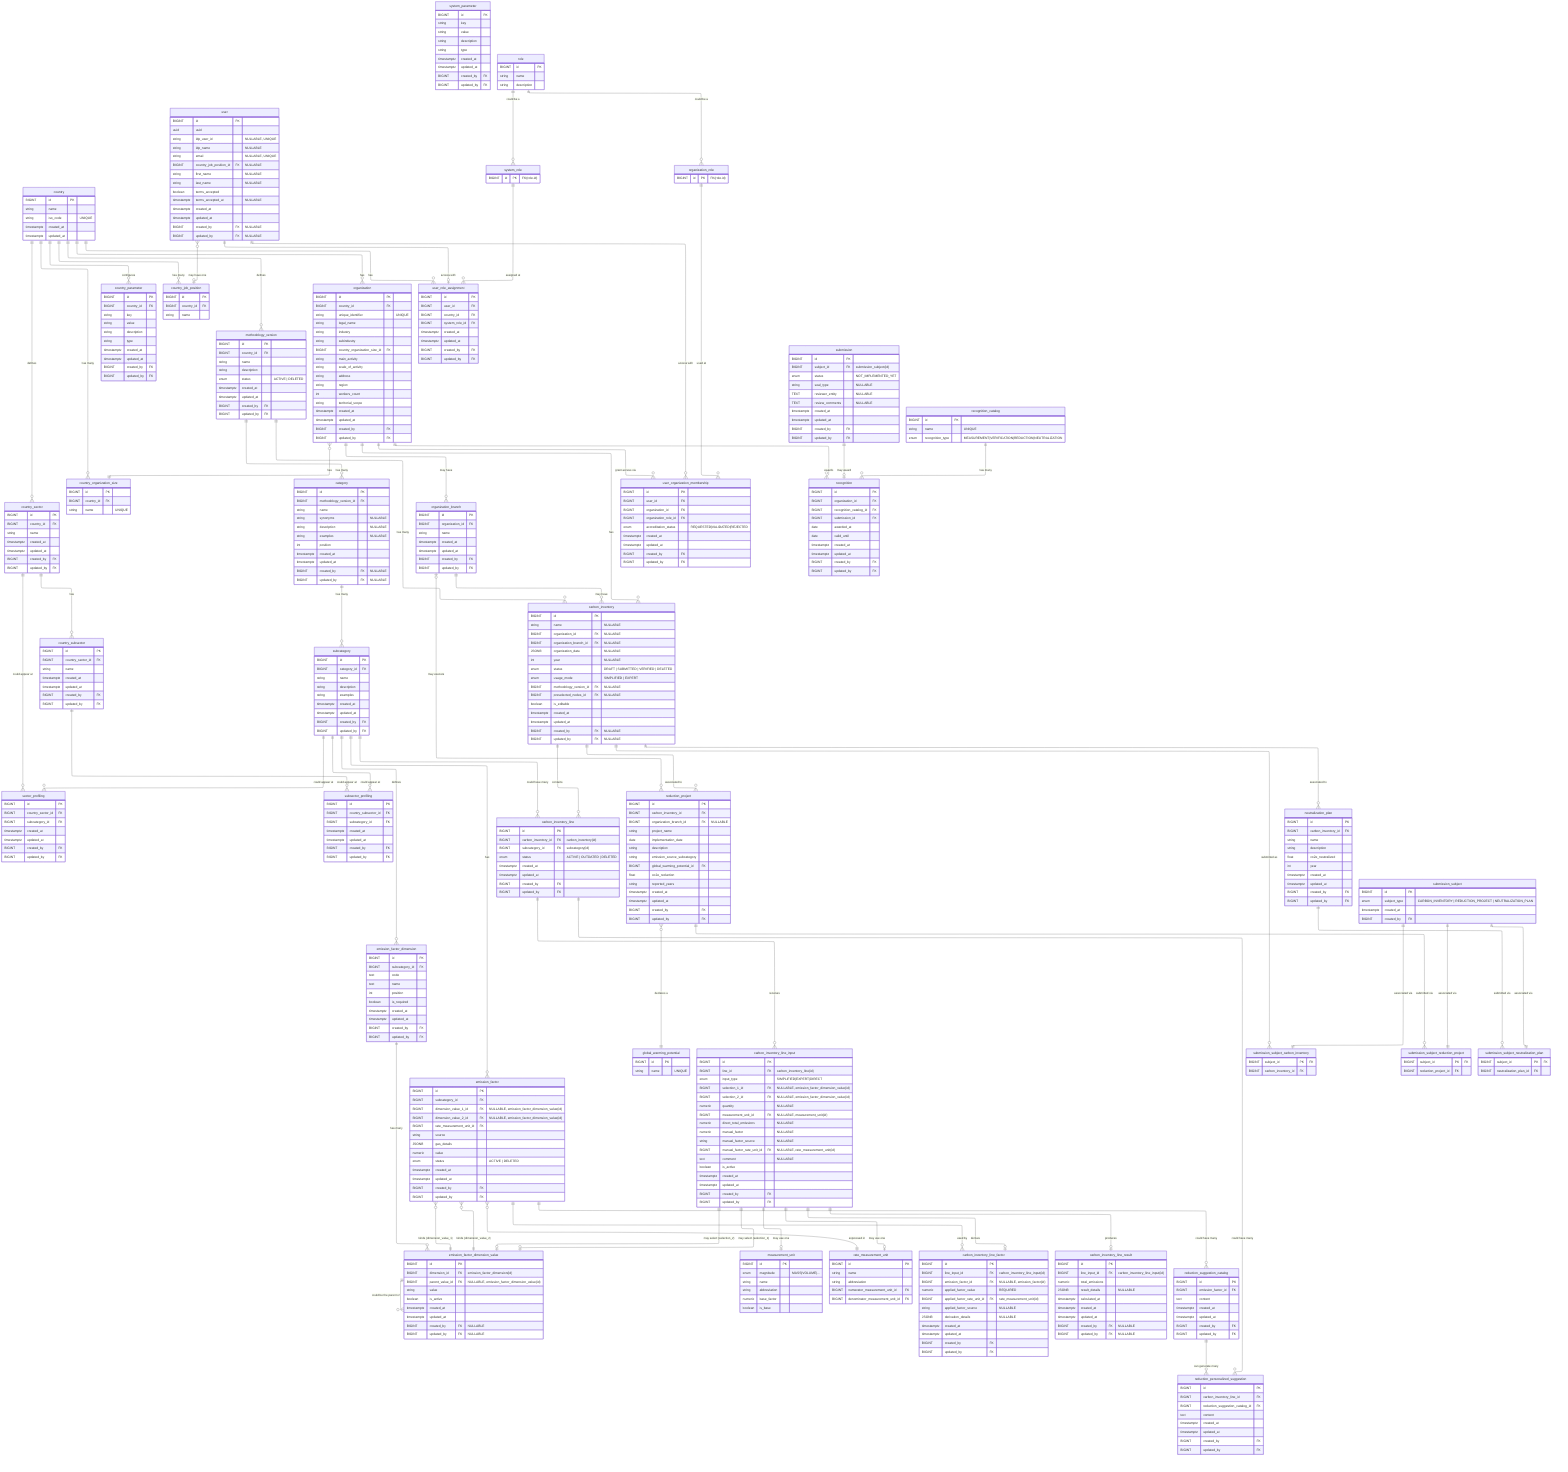
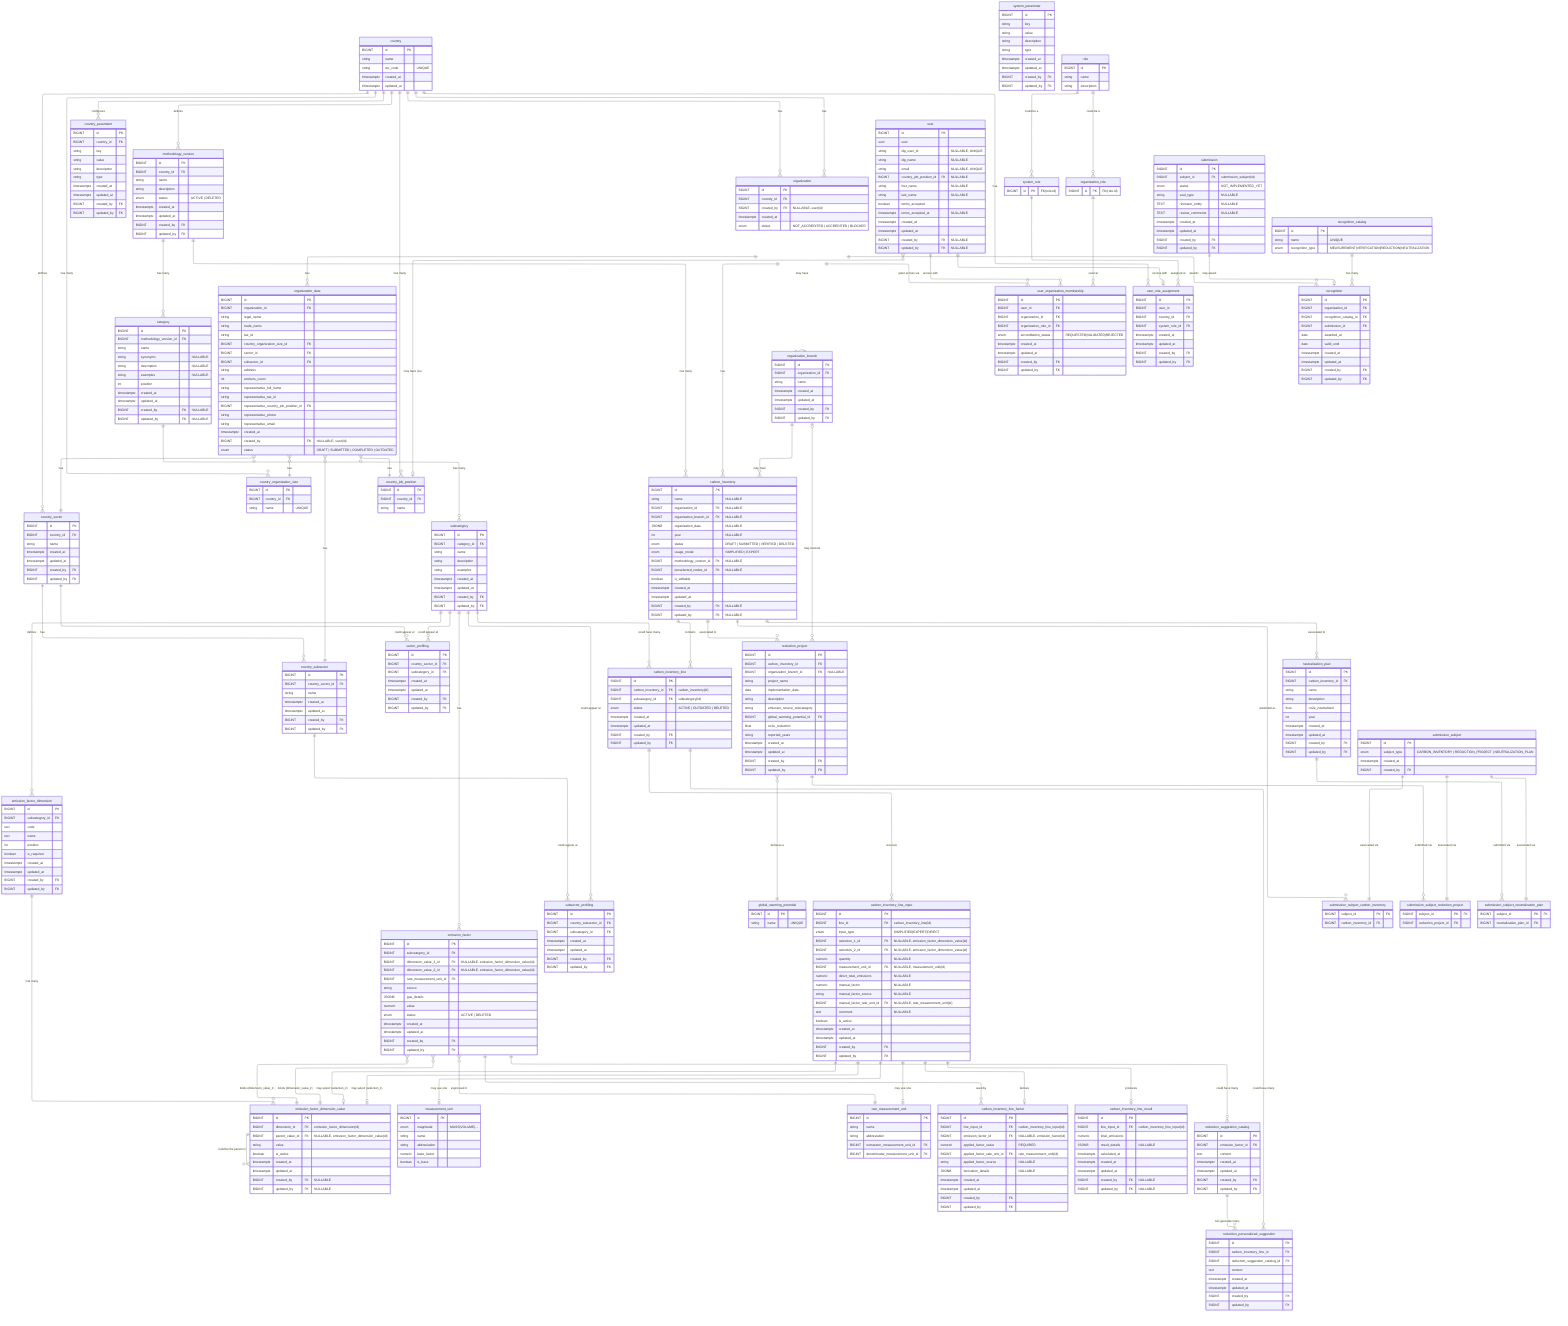
---
config:
  layout: elk
---
erDiagram
	direction TB

	%% ============================================================
	%% Design Principles
	%% ============================================================

	%% 🔷 Core Modeling Principles
	%% 	1.	Each table has a single, well-defined responsibility
	%% Tables are designed to represent one concept only (e.g. configuration, input, result, workflow), avoiding mixed concerns.

	%% 	2.	Relationships reflect real business rules, not just foreign keys
	%% Cardinalities and optionality are chosen to express domain constraints, not merely technical implementation details.

	%% 	3.	Nullability is intentional and meaningful
	%% Nullable fields indicate valid domain states (e.g. optional associations, draft data), not incomplete design.

	%% ⸻

	%% 🔷 Configuration & Reference Data
	%% 	4.	Reference data is normalized and centralized
	%% Shared concepts (statuses, units, potentials) are defined once and reused across the system.

	%% 	5.	Volatile enums are modeled as tables, not database ENUMs
	%% Any value expected to evolve (statuses, workflows) is stored in catalog tables to avoid schema migrations.

	%% 	6.	Stable physical concepts may use ENUMs
	%% Concepts that are scientifically stable (e.g. unit magnitude, usage mode) may use database ENUMs for safety and clarity.

	%% ⸻

	%% 🔷 Methodology & Emission Factors

	%% 	7.	Methodology is versioned and country-scoped
	%% All categories, subcategories, and factors belong to a specific methodology version tied to a country.

	%% 	8.	Emission factors are defined by standardized dimensions, not free text
	%% User selections and factor matching are driven by normalized dimension values to ensure consistency and correctness.

	%% 	9.	Dimension cardinality reflects domain reality, not generic flexibility
	%% Emission factors support up to two dimensions by design, matching current methodology requirements and admin workflows.

	%% 	10.	Administrative workflows are hierarchical and sequential
	%% New entities are created top-down (category → subcategory → dimension → value → factor), enforcing consistency at each level.

	%% ⸻

	%% 🔷 Inventory & Calculation

	%% 	11.	Input, factor selection, and results are modeled as separate concerns
	%% User input, factor derivation, and calculated results are stored in distinct tables for clarity and auditability.

	%% 	12.	Results are always derived from immutable input snapshots
	%% Calculated emissions reference the exact input used, ensuring reproducibility even if inputs change later.

	%% 	13.	Historical data is preserved; updates create new versions
	%% Changes do not overwrite previous data but create new records, maintaining a complete audit trail.

	%% ⸻

	%% 🔷 Workflow & Submissions

	%% 	14.	Workflows are modeled as data, not booleans
	%% Submissions, approvals, and recognitions are represented explicitly rather than inferred from flags.

	%% 	15.	Polymorphism is handled via explicit subject tables
	%% Submissions reference a generic subject entity with concrete subtype tables, avoiding nullable polymorphic foreign keys.

	%% 	16.	Recognitions are awarded based on submissions, not raw entities
	%% This ensures all awards are traceable to a validated review process.

	%% ⸻

	%% 🔷 Audit & Governance

	%% 	17.	Audit fields are applied based on responsibility and mutability
	%% Operational tables are auditable; reference and system-owned tables may omit audit fields by design.

	%% 	18.	System-generated data does not pretend to have an author
	%% Automatically calculated results record timestamps but not created_by or updated_by.

	%% 	19.	Database constraints enforce correctness wherever possible
	%% Uniqueness, consistency, and invariants are enforced at the database level rather than relying solely on application logic.


	%% ⸻

	%% 🔷 Evolution & Maintainability

	%% 	20.	Design favors clarity and correctness over premature generalization
	%% Flexibility is introduced only when driven by real domain requirements, not hypothetical future use cases.

	%% 	21.	Future extensions are possible without breaking existing data
	%% The model anticipates evolution (e.g. new methodologies, new workflows) while keeping current usage simple and explicit.

	%% ⸻

	%% These principles are intentional.
	%% Changes to the model should preserve these invariants unless there is a clear domain-driven reason to evolve them.

	%% ============================================================
	%% 🟦 Country & configuration (7)
	%% ============================================================

	country {
		BIGINT id PK ""
		string name  ""
		string iso_code "UNIQUE"
		timestamptz created_at  ""
		timestamptz updated_at  ""
	}

	country_parameter {
		BIGINT id PK ""
		BIGINT country_id FK ""
		string key  ""
		string value  ""
		string description  ""
		string type  ""
		timestamptz created_at  ""
		timestamptz updated_at  ""
		BIGINT created_by FK ""
		BIGINT updated_by FK ""
	}

	system_parameter {
		BIGINT id PK ""
		string key  ""
		string value  ""
		string description  ""
		string type  ""
		timestamptz created_at  ""
		timestamptz updated_at  ""
		BIGINT created_by FK ""
		BIGINT updated_by FK ""
	}

	country_sector {
		BIGINT id PK ""
		BIGINT country_id FK ""
		string name  ""
		timestamptz created_at  ""
		timestamptz updated_at  ""
		BIGINT created_by FK ""
		BIGINT updated_by FK ""
	}

	country_subsector {
		BIGINT id PK ""
		BIGINT country_sector_id FK ""
		string name  ""
		timestamptz created_at  ""
		timestamptz updated_at  ""
		BIGINT created_by FK ""
		BIGINT updated_by FK ""
	}

	country_organization_size {
		BIGINT id PK ""
		BIGINT country_id FK ""
		string name  "UNIQUE"
	}

	country_job_position {
		BIGINT id PK ""
		BIGINT country_id FK ""
		string name  ""
	}

	%% ============================================================
	%% 🟩 Methodology & factors (9)
	%% ============================================================

	methodology_version {
		BIGINT id PK ""
		BIGINT country_id FK ""
		string name  ""
		string description  ""
		enum status "ACTIVE | DELETED"
		timestamptz created_at  ""
		timestamptz updated_at  ""
		BIGINT created_by FK ""
		BIGINT updated_by FK ""
		%% Enforce via trigger at most 1 active per country
	}

	category {
		BIGINT id PK ""
		BIGINT methodology_version_id FK ""
		string name  ""
		%% just for displaying
		string synonyms "NULLABLE"
		%% just for displaying
		string description "NULLABLE"
		%% just for displaying
		string examples "NULLABLE"
		%% Position must be > 0 (enforced by DB CHECK constraint)
		int position ""
		timestamptz created_at  ""
		timestamptz updated_at  ""
		BIGINT created_by FK "NULLABLE"
		BIGINT updated_by FK "NULLABLE"
		%% UNIQUE(methodology_version_id, name)
		%% UNIQUE(methodology_version_id, position)
	}

	subcategory {
		BIGINT id PK ""
		BIGINT category_id FK ""
		string name  ""
		%% just for displaying
		string description  ""
		%% just for displaying
		string examples ""
		timestamptz created_at  ""
		timestamptz updated_at  ""
		BIGINT created_by FK ""
		BIGINT updated_by FK ""
	}

	emission_factor_dimension {
		BIGINT id PK ""
		BIGINT subcategory_id FK ""
		%% Like: FUEL_GROUP, FUEL_TYPE, GAS_TYPE
		text code ""
		%% Like: Tipo de combustible, Tipo de gas
		text name ""
		%% Like: 1, 2, 3 (order in UI & logic)
		int position ""
		boolean is_required ""
		timestamptz created_at  ""
		timestamptz updated_at  ""
		BIGINT created_by FK ""
		BIGINT updated_by FK ""
		%% UNIQUE(subcategory_id, position),
		%% UNIQUE(subcategory_id, code)
	}

	emission_factor_dimension_value {
		BIGINT id PK ""
		BIGINT dimension_id FK "emission_factor_dimension(id)"
		BIGINT parent_value_id FK "NULLABLE, emission_factor_dimension_value(id)"
		%% Like: Natural gas, Diesel, Kerosene, etc
		string value ""
		boolean is_active ""
		timestamptz created_at  ""
		timestamptz updated_at  ""
		BIGINT created_by FK "NULLABLE"
		BIGINT updated_by FK "NULLABLE"
		%% UNIQUE(dimension_id, value)
	}

	emission_factor {
		BIGINT id PK ""
		BIGINT subcategory_id FK ""
		%% Emission factors currently support up to two dimensions via fixed columns.
		%% A binding table was considered for unbounded dimensions but intentionally not used to keep queries and constraints simple.
		BIGINT dimension_value_1_id FK "NULLABLE, emission_factor_dimension_value(id)"
		BIGINT dimension_value_2_id FK "NULLABLE, emission_factor_dimension_value(id)"
		BIGINT rate_measurement_unit_id FK ""
		string source  ""
		JSONB gas_details ""
		numeric value  ""
		enum status "ACTIVE | DELETED"
		timestamptz created_at  ""
		timestamptz updated_at  ""
		BIGINT created_by FK ""
		BIGINT updated_by FK ""
		%% Enforce UNIQUE (subcategory_id, dimension_value_1_id, dimension_value_2_id) WHERE status = 'ACTIVE'
	}

	sector_profiling {
		BIGINT id PK ""
		BIGINT country_sector_id FK ""
		BIGINT subcategory_id FK ""
		timestamptz created_at  ""
		timestamptz updated_at  ""
		BIGINT created_by FK ""
		BIGINT updated_by FK ""
		%% UNIQUE(country_sector_id, subcategory_id)
	}

	subsector_profiling {
		BIGINT id PK ""
		BIGINT country_subsector_id FK ""
		BIGINT subcategory_id FK ""
		timestamptz created_at  ""
		timestamptz updated_at  ""
		BIGINT created_by FK ""
		BIGINT updated_by FK ""
		%% UNIQUE(country_subsector_id, subcategory_id)
	}

	measurement_unit {
		BIGINT id PK ""
		enum magnitude  "MASS|VOLUME|..."
		string name  ""
		string abbreviation  ""
		numeric base_factor  ""
		boolean is_base  ""
		%% Enforce UNIQUE (magnitude) WHERE is_base = true
	}

	rate_measurement_unit {
		BIGINT id PK ""
		string name  ""
		string abbreviation  ""
		BIGINT numerator_measurement_unit_id FK ""
		BIGINT denominator_measurement_unit_id FK ""
	}

	global_warming_potential {
		BIGINT id PK ""
		string name "UNIQUE"
		%% AR4, AR5, etc...
	}

	%% ============================================================
	%% 🟨 Organizations & users (8)
	%% ============================================================

	organization {
- 		BIGINT id PK ""
- 		BIGINT country_id FK ""
- 		string unique_identifier  "UNIQUE"
- 		string legal_name  ""
- 		string industry  ""
- 		string subindustry  ""
- 		BIGINT country_organization_size_id FK ""
- 		string main_activity  ""
- 		string scale_of_activity  ""
- 		string address  ""
- 		string region  ""
- 		int workers_count  ""
- 		string territorial_scope  ""
- 		timestamptz created_at  ""
- 		timestamptz updated_at  ""
- 		BIGINT created_by FK ""
- 		BIGINT updated_by FK ""
+ 		BIGINT id PK
+ 		BIGINT country_id FK
+ 		BIGINT created_by FK "NULLABLE, user(id)"
+ 		timestamptz created_at
+ 		enum status "NOT_ACCREDITED | ACCREDITED | BLOCKED"
+   	}
+ 
+ 	organization_data {
+ 		BIGINT id PK
+ 		BIGINT organization_id FK
+ 
+ 		%% organization data
+ 		string legal_name
+ 		string trade_name
+ 		string tax_id
+ 		BIGINT country_organization_size_id FK
+ 		BIGINT sector_id FK
+ 		BIGINT subsector_id FK
+ 		string address
+ 		int workers_count
+ 
+ 		%% representative data
+ 		string representative_full_name
+ 		string representative_tax_id
+ 		BIGINT representative_country_job_position_id FK
+ 		string representative_phone
+ 		string representative_email
+ 
+ 		timestamptz created_at
+ 		BIGINT created_by FK "NULLABLE, user(id)"
+ 		enum status "DRAFT | SUBMITTED | COMPLETED | OUTDATED"
	}

	organization_branch {
		BIGINT id PK ""
		BIGINT organization_id FK ""
		string name  ""
		timestamptz created_at  ""
		timestamptz updated_at  ""
		BIGINT created_by FK ""
		BIGINT updated_by FK ""
	}

	user {
		BIGINT id PK ""
		uuid uuid  ""
		string idp_user_id "NULLABLE, UNIQUE"
		string idp_name "NULLABLE"
		string email  "NULLABLE, UNIQUE"
		BIGINT country_job_position_id FK "NULLABLE"
		string first_name "NULLABLE"
		string last_name "NULLABLE"
		boolean terms_accepted ""
		timestamptz terms_accepted_at "NULLABLE"
		timestamptz created_at  ""
		timestamptz updated_at  ""
		BIGINT created_by FK "NULLABLE"
		BIGINT updated_by FK "NULLABLE"
	}

	%% abstract parent table
	role {
		BIGINT id PK ""
		string name ""
		string description ""
	}

	system_role {
		BIGINT id PK "FK(role.id)"
	}

	organization_role {
		BIGINT id PK "FK(role.id)"
	}

	user_organization_membership {
		BIGINT id PK ""
		BIGINT user_id FK ""
		BIGINT organization_id FK ""
		BIGINT organization_role_id FK ""
		enum accreditation_status  "REQUESTED|VALIDATED|REJECTED"
		timestamptz created_at  ""
		timestamptz updated_at  ""
		BIGINT created_by FK ""
		BIGINT updated_by FK ""
		%% UNIQUE(user_id, organization_id, organization_role_id)
	}

	user_role_assignment {
		BIGINT id PK ""
		BIGINT user_id FK ""
		BIGINT country_id FK ""
		BIGINT system_role_id FK ""
		timestamptz created_at  ""
		timestamptz updated_at  ""
		BIGINT created_by FK ""
		BIGINT updated_by FK ""
		%% UNIQUE(user_id, country_id, system_role_id)
	}

	%% ============================================================
	%% 🟧 Inventory & calculation (9)
	%% ============================================================

	%% organization & organization_branch will be NULL when user does not belong to any org.
	carbon_inventory {
		BIGINT id PK ""
		string name "NULLABLE"
		BIGINT organization_id FK "NULLABLE"
		BIGINT organization_branch_id FK "NULLABLE"
		JSONB organization_data "NULLABLE"
		int year "NULLABLE"
		enum status "DRAFT | SUBMITTED | VERIFIED | DELETED"
		enum usage_mode "SIMPLIFIED | EXPERT"
		BIGINT methodology_version_id FK "NULLABLE"
		BIGINT preselected_nodes_id FK "NULLABLE"
		boolean is_editable ""
		timestamptz created_at  ""
		timestamptz updated_at  ""
		BIGINT created_by FK "NULLABLE"
		BIGINT updated_by FK "NULLABLE"
	}

	%% A "line" represents what is being measured (subcategory) for a given inventory.
	%% We do not store quantities/factors/selections here. It's the anchor.
	carbon_inventory_line {
		BIGINT id PK ""
		BIGINT carbon_inventory_id FK "carbon_inventory(id)"
		BIGINT subcategory_id FK "subcategory(id)"
		enum status "ACTIVE | OUTDATED | DELETED"
		timestamptz created_at  ""
		timestamptz updated_at  ""
		BIGINT created_by FK ""
		BIGINT updated_by FK ""
	}

	carbon_inventory_line_input {
		BIGINT id PK ""
		BIGINT line_id FK "carbon_inventory_line(id)"
		enum input_type "SIMPLIFIED|EXPERT|DIRECT"

		%% the "dimension selections" (more on dimension standardization in section 4)
		BIGINT selection_1_id FK "NULLABLE, emission_factor_dimension_value(id)"
		BIGINT selection_2_id FK "NULLABLE, emission_factor_dimension_value(id)"

		numeric quantity "NULLABLE"
		BIGINT measurement_unit_id FK "NULLABLE, measurement_unit(id)"

		%% For DIRECT mode:
		numeric direct_total_emissions "NULLABLE"

		%% For EXPERT mode:
		numeric manual_factor "NULLABLE"
		string manual_factor_source "NULLABLE"
		BIGINT manual_factor_rate_unit_id FK "NULLABLE, rate_measurement_unit(id)"

		text comment "NULLABLE"
		boolean is_active ""
		timestamptz created_at  ""
		timestamptz updated_at  ""
		BIGINT created_by FK ""
		BIGINT updated_by FK ""
		%% Enforce only one active input per line: UNIQUE(line_id) WHERE is_active = true
	}

	%% This stores "what factor did we use, after conversions, and why" so results are reproducible.
	carbon_inventory_line_factor {
		BIGINT id PK ""
		BIGINT line_input_id FK "carbon_inventory_line_input(id)"

		%% chosen factor: either from catalog (simplified) or null for expert/direct
		BIGINT emission_factor_id FK "NULLABLE, emission_factor(id)"

		%% normalized factor actually used in the computation (post-conversion)
		%% REQUIRED: Must always be present for result reproducibility
		numeric applied_factor_value "REQUIRED"
		BIGINT applied_factor_rate_unit_id FK "rate_measurement_unit(id)"
		string applied_factor_source "NULLABLE"

		%% optionally store a JSON blob explaining conversion steps for auditability
		JSONB derivation_details "NULLABLE"

		timestamptz created_at  ""
		timestamptz updated_at  ""
		BIGINT created_by FK ""
		BIGINT updated_by FK ""
		%% Enforce 1 factor row per input: UNIQUE(line_input_id)
	}

	carbon_inventory_line_result {
		BIGINT id PK ""
		BIGINT line_input_id FK "carbon_inventory_line_input(id)"
		numeric total_emissions ""
		%% optionally store breakdown: per-gas, CO2e, etc.
		JSONB result_details "NULLABLE"
		timestamptz calculated_at ""
		timestamptz created_at  ""
		timestamptz updated_at  ""
		BIGINT created_by FK "NULLABLE"
		BIGINT updated_by FK "NULLABLE"
		%% Ensure 1 result per input: UNIQUE(line_input_id)
	}

	reduction_suggestion_catalog {
		BIGINT id PK ""
		BIGINT emission_factor_id FK ""
		text content  ""
		timestamptz created_at  ""
		timestamptz updated_at  ""
		BIGINT created_by FK ""
		BIGINT updated_by FK ""
	}

	%% We plan to create these suggestion with AI
	reduction_personalized_suggestion {
		BIGINT id PK ""
		BIGINT carbon_inventory_line_id FK ""
		BIGINT reduction_suggestion_catalog_id FK ""
		text content  ""
		timestamptz created_at  ""
		timestamptz updated_at  ""
		BIGINT created_by FK ""
		BIGINT updated_by FK ""
	}

	reduction_project {
		BIGINT id PK ""
		BIGINT carbon_inventory_id FK ""
		BIGINT organization_branch_id FK "NULLABLE"
		string project_name  ""
		date implementation_date  ""
		string description  ""
		string emission_source_subcategory  ""
		BIGINT global_warming_potential_id FK ""
		float co2e_reduction  ""
		string reported_years  ""
		timestamptz created_at  ""
		timestamptz updated_at  ""
		BIGINT created_by FK ""
		BIGINT updated_by FK ""
	}

	neutralization_plan {
		BIGINT id PK ""
		BIGINT carbon_inventory_id FK ""
		string name  ""
		string description  ""
		float co2e_neutralized  ""
		int year  ""
		timestamptz created_at  ""
		timestamptz updated_at  ""
		BIGINT created_by FK ""
		BIGINT updated_by FK ""
	}

	%% ============================================================
	%% 🟥 Submissions & recognition (7)
	%% ============================================================

	%% Read the docs about the submissions model design here: https://www.notion.so/Modelo-E-R-para-Submissions-2d318d2c8901805ab8f9eed2a9d9d702?source=copy_link
	%% The data within this table is immutable once created
	submission_subject {
		BIGINT id PK ""
		enum subject_type "CARBON_INVENTORY | REDUCTION_PROJECT | NEUTRALIZATION_PLAN"
		timestamptz created_at  ""
		BIGINT created_by FK ""
	}

	%% The data within this table is immutable once created
	submission_subject_carbon_inventory {
		BIGINT subject_id PK "FK"
		BIGINT carbon_inventory_id FK ""
	}

	%% The data within this table is immutable once created
	submission_subject_reduction_project {
		BIGINT subject_id PK "FK"
		BIGINT reduction_project_id FK ""
	}

	%% The data within this table is immutable once created
	submission_subject_neutralization_plan {
		BIGINT subject_id PK "FK"
		BIGINT neutralization_plan_id FK ""
	}

	submission {
		BIGINT id PK ""
		BIGINT subject_id FK "submission_subject(id)"
		enum status "NOT_IMPLEMENTED_YET"
		string seal_type  "NULLABLE"
		TEXT reviewer_entity "NULLABLE"
		TEXT review_comments "NULLABLE"
		timestamptz created_at  ""
		timestamptz updated_at  ""
		BIGINT created_by FK ""
		BIGINT updated_by FK ""
	}

	recognition_catalog {
		BIGINT id PK ""
		string name "UNIQUE"
		enum recognition_type  "MEASUREMENT|VERIFICATION|REDUCTION|NEUTRALIZATION"
	}

	recognition {
		BIGINT id PK ""
		BIGINT organization_id FK ""
		BIGINT recognition_catalog_id FK ""
		BIGINT submission_id FK ""
		date awarded_at  ""
		date valid_until  ""
		timestamptz created_at  ""
		timestamptz updated_at  ""
		BIGINT created_by FK ""
		BIGINT updated_by FK ""
	}

	%% ============================================================
	%% Others
	%% ============================================================


%% ============================================================
%% Relationships
%% ============================================================

country
	country ||--o{ country_parameter : "configures"
	country ||--o{ country_sector : "defines"
	country ||--o{ methodology_version : "defines"
	country ||--o{ organization : "has"
	country ||--o{ user_role_assignment : "has"
	country ||--o{ country_organization_size: "has many"
	country ||--o{ country_job_position : "has many"
+ 	country ||--o{ organization : "has"

country_sector
	country_sector ||--o{ country_subsector : "has"
	country_sector ||--o{ sector_profiling : "could appear at"

country_subsector
	country_subsector ||--o{ subsector_profiling : "could appear at"

organization
	organization ||--o{ carbon_inventory : "has"
	organization ||--o{ organization_branch : "may have"
	organization ||--o{ recognition : "awards"
	organization ||--o{ user_organization_membership : "grant access via"
- 	organization }o--|| country_organization_size : "has"
+ 	organization ||--o{ organization_data : "has"
+ 
+ organization_data
+ 	organization_data }o--|| country_organization_size : "has"
+ 	organization_data }o--|| country_sector : "has"
+ 	organization_data }o--|| country_subsector : "has"
+ 	organization_data }o--|| country_job_position : "has"

organization_branch
	organization_branch |o--o{ reduction_project : "may execute"
	organization_branch ||--o{ carbon_inventory : "may have"

recognition_catalog
	recognition_catalog ||--o{ recognition  : "has many"

role
	role ||--o{ system_role : "could be a"
	role ||--o{ organization_role : "could be a"
	organization_role ||--o{ user_organization_membership : "used at"
	system_role ||--o{ user_role_assignment : "assigned at"

user
	user ||--o{ user_organization_membership : "access with"
	user }o--o| country_job_position : "may have one"
	user ||--o| user_role_assignment : "access with"

methodology_version
	methodology_version ||--o{ carbon_inventory : "has many"
	methodology_version ||--o{ category : "has many"

category
	category ||--o{ subcategory : "has many"

subcategory
	subcategory ||--o{ emission_factor_dimension: "defines"
	%% A subcategory may exist with zero emission factors:
	subcategory ||--o{ emission_factor: "has"
	subcategory ||--o{ sector_profiling: "could appear at"
	subcategory ||--o{ subsector_profiling: "could appear at"
	subcategory ||--o{ carbon_inventory_line: "could have many"

emission_factor_dimension
	emission_factor_dimension ||--o{ emission_factor_dimension_value : "has many"

emission_factor_dimension_value
	emission_factor_dimension_value ||--o{ emission_factor_dimension_value : "could be the parent of"

emission_factor
	emission_factor ||--o{ reduction_suggestion_catalog : "could have many"
	emission_factor ||--o{ carbon_inventory_line_factor : "used by"
	emission_factor }o--|| rate_measurement_unit : "expressed in"
	%% At most 2 values, depending on subcategory configuration:
	emission_factor }o--|| emission_factor_dimension_value : "binds (dimension_value_1)"
	emission_factor }o--|| emission_factor_dimension_value : "binds (dimension_value_2)"

carbon_inventory
	carbon_inventory ||--o{ carbon_inventory_line: "contains"
	carbon_inventory ||--o{ submission_subject_carbon_inventory: "submitted as"
	carbon_inventory ||--o{ neutralization_plan: "associated to"
	carbon_inventory ||--o{ reduction_project: "associated to"

carbon_inventory_line
	carbon_inventory_line ||--o{ reduction_personalized_suggestion: "could have many"
	carbon_inventory_line ||--o{ carbon_inventory_line_input: "receives"

carbon_inventory_line_input
	carbon_inventory_line_input ||--o| emission_factor_dimension_value: "may select (selection_1)"
	carbon_inventory_line_input ||--o| emission_factor_dimension_value: "may select (selection_2)"
	carbon_inventory_line_input ||--o| measurement_unit: "may use one"
	carbon_inventory_line_input ||--o| rate_measurement_unit: "may use one"
	carbon_inventory_line_input ||--o| carbon_inventory_line_factor: "derives"
	carbon_inventory_line_input ||--o| carbon_inventory_line_result: "produces"

submission_subject
	submission_subject ||--|| submission_subject_carbon_inventory : "associated via"
	submission_subject ||--|| submission_subject_reduction_project : "associated via"
	submission_subject ||--|| submission_subject_neutralization_plan : "associated via"

submission
	submission ||--o| recognition: "may award"

neutralization_plan
	neutralization_plan ||--o{ submission_subject_neutralization_plan : "submitted via"

reduction_project
	reduction_project ||--o{ submission_subject_reduction_project : "submitted via"
	reduction_project }o--|| global_warming_potential : "declares a"

reduction_suggestion_catalog
	reduction_suggestion_catalog ||--o{ reduction_personalized_suggestion : "can generate many"